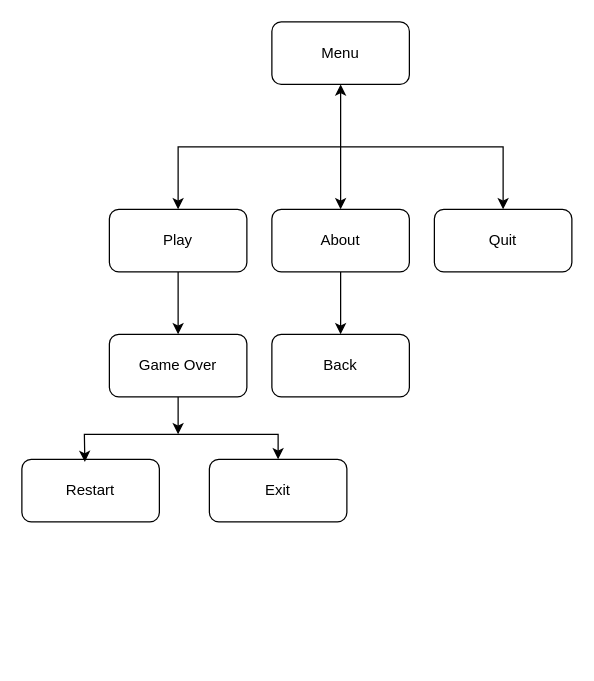
Before: page "Halaman-2" (2 of 2) of Diagram Tanpa Judul.drawio in NesyaAllysaPutri/tutorNesya, a draw.io diagram. Source tidied: cells renumbered, new cells numbered last; positions are measured from the earlier drawing's top-left corner, leaving out a move shared by most shapes. Both pictures are drawn from the tidied source at 125%, with x=0, y=0 at pixel (21, 21).
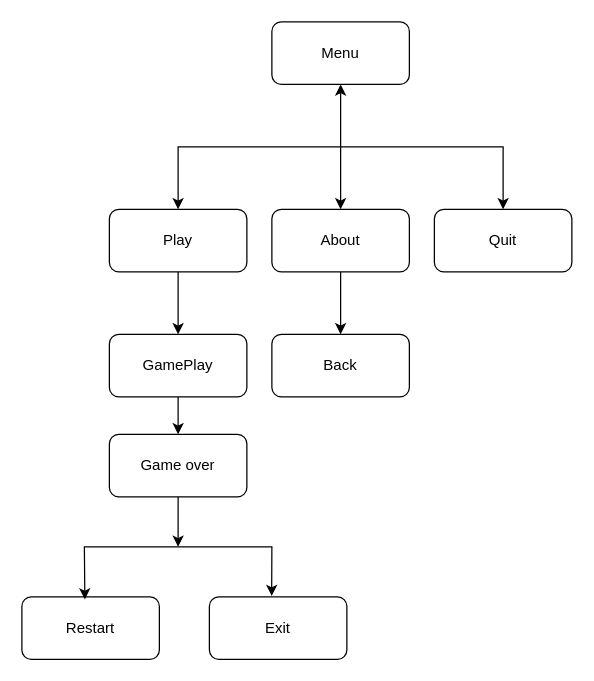
The same page after the edit.

The edit, as a diff of the source:
```diff
@@
+    <mxCell id="16" style="edgeStyle=orthogonalEdgeStyle;rounded=0;jettySize=auto;html=1;" parent="1" edge="1" source="10" target="17">
+      <mxGeometry relative="1" as="geometry" />
+    </mxCell>
-    <mxCell id="10" value="Game Over" style="rounded=1;whiteSpace=wrap;html=1;" parent="1" vertex="1">
+    <mxCell id="10" value="GamePlay" style="rounded=1;whiteSpace=wrap;html=1;" parent="1" vertex="1">
       <mxGeometry x="70" y="250" width="110" height="50" as="geometry" />
     </mxCell>
     <mxCell id="11" value="Exit" style="rounded=1;whiteSpace=wrap;html=1;" parent="1" vertex="1">
-      <mxGeometry x="150" y="350" width="110" height="50" as="geometry" />
+      <mxGeometry x="150" y="460" width="110" height="50" as="geometry" />
     </mxCell>
@@
     <mxCell id="13" value="Restart" style="rounded=1;whiteSpace=wrap;html=1;" parent="1" vertex="1">
-      <mxGeometry y="350" width="110" height="50" as="geometry" />
+      <mxGeometry y="460" width="110" height="50" as="geometry" />
     </mxCell>
-    <mxCell id="14" style="endArrow=classic;startArrow=classic;html=1;rounded=0;exitX=0.458;exitY=0.041;exitDx=0;exitDy=0;exitPerimeter=0;entryX=0.5;entryY=0;entryDx=0;entryDy=0;" parent="1" edge="1" source="13" target="11">
+    <mxCell id="14" style="endArrow=classic;startArrow=classic;html=1;rounded=0;exitX=0.458;exitY=0.041;exitDx=0;exitDy=0;exitPerimeter=0;entryX=0.453;entryY=-0.015;entryDx=0;entryDy=0;entryPerimeter=0;" parent="1" edge="1" source="13" target="11">
       <mxGeometry relative="1" as="geometry">
         <Array as="points">
-          <mxPoint x="50" y="330" />
-          <mxPoint x="130" y="330" />
-          <mxPoint x="205" y="330" />
+          <mxPoint x="50" y="420" />
+          <mxPoint x="90" y="420" />
+          <mxPoint x="200" y="420" />
         </Array>
       </mxGeometry>
     </mxCell>
-    <mxCell id="15" style="endArrow=classic;html=1;rounded=0;exitX=0.5;exitY=1;exitDx=0;exitDy=0;" parent="1" edge="1" source="10">
-      <mxGeometry relative="1" as="geometry">
-        <mxPoint x="125" y="330" as="targetPoint" />
-      </mxGeometry>
-    </mxCell>
+    <mxCell id="17" value="Game over" style="rounded=1;whiteSpace=wrap;html=1;" parent="1" vertex="1">
+      <mxGeometry x="70" y="330" width="110" height="50" as="geometry" />
+    </mxCell>
+    <mxCell id="18" style="endArrow=classic;html=1;rounded=0;exitX=0.5;exitY=1;exitDx=0;exitDy=0;" parent="1" edge="1" source="17">
+      <mxGeometry relative="1" as="geometry">
+        <mxPoint x="125" y="420" as="targetPoint" />
+      </mxGeometry>
+    </mxCell>
```
